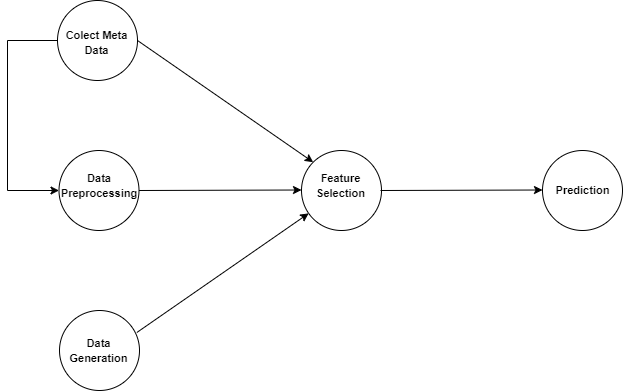
This is disease_prediction/images/training_workflow.drawio.png from a2nfinance/deflow-example, a draw.io export, as it was before one commit. Source tidied: cells renumbered, new cells last; positions are measured from the earlier drawing's top-left corner, leaving out a move shared by most shapes.
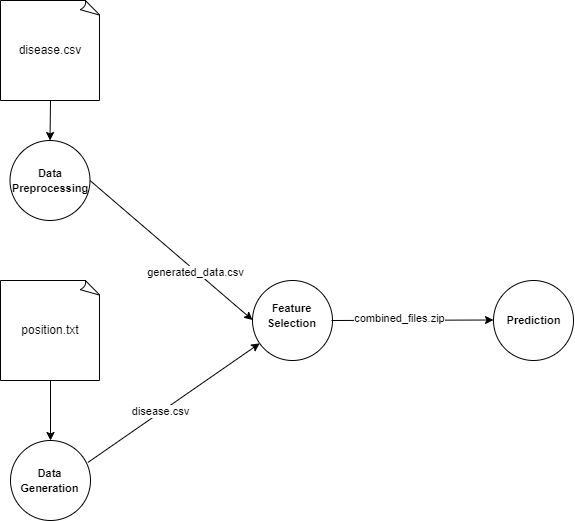
The same file after the commit.

The edit, as a diff of the source:
```diff
@@ -2,33 +2,19 @@
   <root>
     <mxCell id="0" />
     <mxCell id="1" parent="0" />
-    <mxCell id="2" style="edgeStyle=orthogonalEdgeStyle;rounded=0;jettySize=auto;html=1;exitX=0;exitY=0.5;exitDx=0;exitDy=0;entryX=0;entryY=0.5;entryDx=0;entryDy=0;" parent="1" edge="1" source="3" target="6">
-      <mxGeometry relative="1" as="geometry">
-        <Array as="points">
-          <mxPoint y="40" />
-          <mxPoint y="190" />
-        </Array>
-      </mxGeometry>
-    </mxCell>
-    <mxCell id="3" style="ellipse;whiteSpace=wrap;html=1;" parent="1" vertex="1">
-      <mxGeometry x="50" width="80" height="80" as="geometry" />
-    </mxCell>
-    <mxCell id="4" style="endArrow=classic;html=1;rounded=0;exitX=1;exitY=0.5;exitDx=0;exitDy=0;entryX=0;entryY=0;entryDx=0;entryDy=0;" parent="1" edge="1" source="3" target="9">
-      <mxGeometry relative="1" as="geometry" />
-    </mxCell>
-    <mxCell id="5" value="&lt;font style=&quot;font-size: 11px;&quot;&gt;&lt;b&gt;Colect Meta Data&lt;/b&gt;&lt;/font&gt;" style="text;strokeColor=none;align=center;fillColor=none;html=1;verticalAlign=middle;whiteSpace=wrap;rounded=0;" parent="1" vertex="1">
-      <mxGeometry x="52" y="22" width="75" height="40" as="geometry" />
-    </mxCell>
     <mxCell id="6" style="ellipse;whiteSpace=wrap;html=1;" parent="1" vertex="1">
-      <mxGeometry x="51.5" y="150" width="80" height="80" as="geometry" />
+      <mxGeometry x="51.5" y="10" width="80" height="80" as="geometry" />
     </mxCell>
     <mxCell id="7" style="endArrow=classic;html=1;rounded=0;exitX=1;exitY=0.5;exitDx=0;exitDy=0;" parent="1" edge="1" source="6">
       <mxGeometry relative="1" as="geometry">
         <mxPoint x="294" y="189.5" as="targetPoint" />
       </mxGeometry>
     </mxCell>
+    <mxCell id="17" value="generated_data.csv" style="edgeLabel;html=1;align=center;verticalAlign=middle;" parent="7" vertex="1">
+      <mxGeometry x="0.29" y="-1" relative="1" as="geometry" />
+    </mxCell>
     <mxCell id="8" value="&lt;font style=&quot;font-size: 11px;&quot;&gt;&lt;b&gt;Data Preprocessing&lt;/b&gt;&lt;/font&gt;" style="text;strokeColor=none;align=center;fillColor=none;html=1;verticalAlign=middle;whiteSpace=wrap;rounded=0;" parent="1" vertex="1">
-      <mxGeometry x="57" y="165" width="70" height="40" as="geometry" />
+      <mxGeometry x="56.5" y="30" width="70" height="40" as="geometry" />
     </mxCell>
     <mxCell id="9" style="ellipse;whiteSpace=wrap;html=1;" parent="1" vertex="1">
       <mxGeometry x="294" y="150" width="80" height="80" as="geometry" />
@@ -45,6 +31,9 @@
     <mxCell id="13" style="endArrow=classic;html=1;rounded=0;exitX=0.967;exitY=0.275;exitDx=0;exitDy=0;exitPerimeter=0;" parent="1" edge="1" source="11" target="9">
       <mxGeometry relative="1" as="geometry" />
     </mxCell>
+    <mxCell id="18" value="disease.csv" style="edgeLabel;html=1;align=center;verticalAlign=middle;" parent="13" vertex="1">
+      <mxGeometry x="-0.15" y="1" relative="1" as="geometry" />
+    </mxCell>
     <mxCell id="14" style="ellipse;whiteSpace=wrap;html=1;" parent="1" vertex="1">
       <mxGeometry x="535" y="150" width="80" height="80" as="geometry" />
     </mxCell>
@@ -57,5 +46,20 @@
         <mxPoint x="535" y="189.5" as="targetPoint" />
       </mxGeometry>
     </mxCell>
+    <mxCell id="19" value="combined_files.zip" style="edgeLabel;html=1;align=center;verticalAlign=middle;" parent="16" vertex="1">
+      <mxGeometry x="-0.16" y="2" relative="1" as="geometry" />
+    </mxCell>
+    <mxCell id="20" value="disease.csv" style="whiteSpace=wrap;html=1;shape=mxgraph.basic.document;" parent="1" vertex="1">
+      <mxGeometry x="42" y="-130" width="100" height="100" as="geometry" />
+    </mxCell>
+    <mxCell id="21" style="endArrow=classic;html=1;exitX=0.5;exitY=1;exitDx=0;exitDy=0;exitPerimeter=0;entryX=0.5;entryY=0;entryDx=0;entryDy=0;" parent="1" edge="1" source="20" target="6">
+      <mxGeometry relative="1" as="geometry" />
+    </mxCell>
+    <mxCell id="22" value="position.txt" style="whiteSpace=wrap;html=1;shape=mxgraph.basic.document;" parent="1" vertex="1">
+      <mxGeometry x="42" y="150" width="100" height="100" as="geometry" />
+    </mxCell>
+    <mxCell id="23" style="endArrow=classic;html=1;exitX=0.5;exitY=1;exitDx=0;exitDy=0;exitPerimeter=0;entryX=0.5;entryY=0;entryDx=0;entryDy=0;" parent="1" edge="1" source="22" target="11">
+      <mxGeometry relative="1" as="geometry" />
+    </mxCell>
   </root>
 </mxGraphModel>
```
